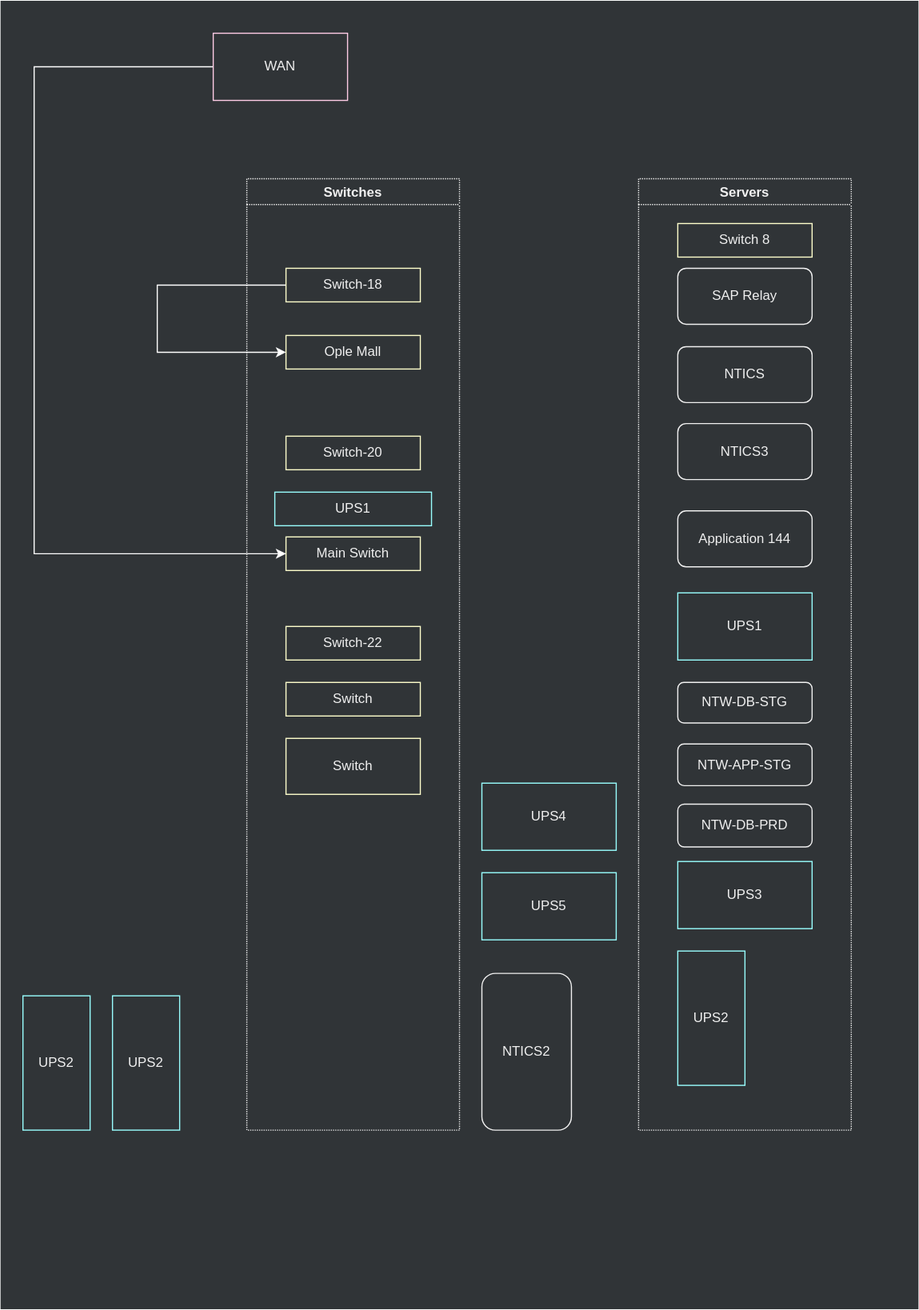
Before: assets/.draw.io/references/cypress-lan-structure-diagram.svg, a diagram exported from draw.io (jiholee-ntwglobal/jiholee-ntwglobal.github.io). Source tidied: cells renumbered, new cells last; positions are measured from the earlier drawing's top-left corner, leaving out a move shared by most shapes.
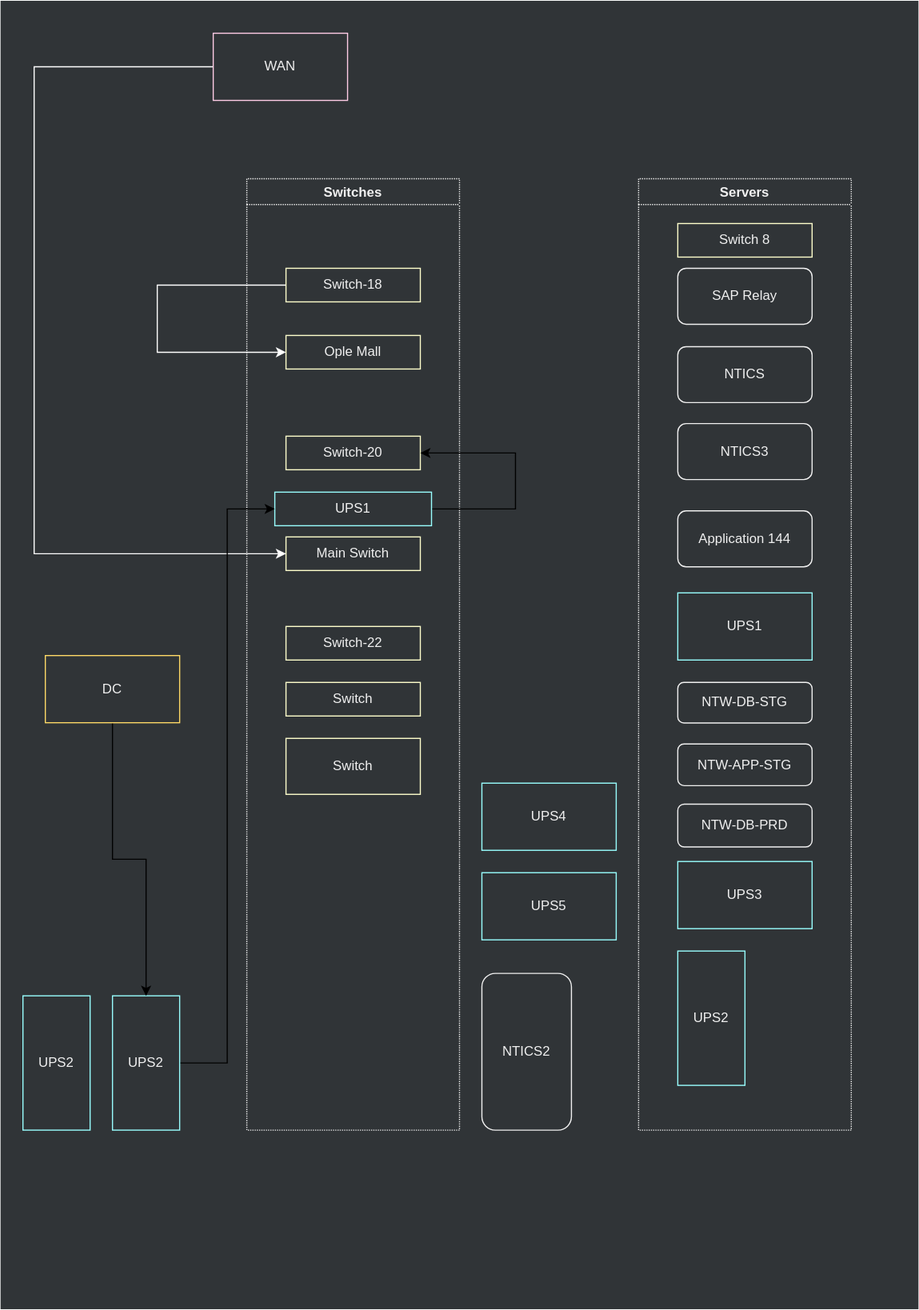
After the commit.

What changed in the source:
```diff
@@ -37,6 +37,14 @@
     <mxCell id="11" value="Switch" style="rounded=0;whiteSpace=wrap;html=1;fillColor=none;fontColor=#F0F0F0;strokeColor=#FFFFCC;" parent="3" vertex="1">
       <mxGeometry x="35" y="500" width="120" height="50" as="geometry" />
     </mxCell>
+    <mxCell id="32" style="edgeStyle=orthogonalEdgeStyle;rounded=0;jettySize=auto;html=1;entryX=1;entryY=0.5;entryDx=0;entryDy=0;" parent="3" edge="1" source="12" target="7">
+      <mxGeometry relative="1" as="geometry">
+        <Array as="points">
+          <mxPoint x="240" y="295" />
+          <mxPoint x="240" y="245" />
+        </Array>
+      </mxGeometry>
+    </mxCell>
     <mxCell id="12" value="UPS1" style="rounded=0;whiteSpace=wrap;html=1;fillColor=none;fontColor=#F0F0F0;strokeColor=#99FFFF;" parent="3" vertex="1">
       <mxGeometry x="25" y="280" width="140" height="30" as="geometry" />
     </mxCell>
@@ -99,8 +107,17 @@
     <mxCell id="30" value="UPS2" style="rounded=0;whiteSpace=wrap;html=1;fillColor=none;fontColor=#F0F0F0;strokeColor=#99FFFF;" parent="1" vertex="1">
       <mxGeometry x="20" y="889" width="60" height="120" as="geometry" />
     </mxCell>
+    <mxCell id="33" style="edgeStyle=orthogonalEdgeStyle;rounded=0;jettySize=auto;html=1;entryX=0;entryY=0.5;entryDx=0;entryDy=0;" parent="1" edge="1" source="31" target="12">
+      <mxGeometry relative="1" as="geometry" />
+    </mxCell>
     <mxCell id="31" value="UPS2" style="rounded=0;whiteSpace=wrap;html=1;fillColor=none;fontColor=#F0F0F0;strokeColor=#99FFFF;" parent="1" vertex="1">
       <mxGeometry x="100" y="889" width="60" height="120" as="geometry" />
     </mxCell>
+    <mxCell id="34" style="edgeStyle=orthogonalEdgeStyle;rounded=0;jettySize=auto;html=1;" parent="1" edge="1" source="35" target="31">
+      <mxGeometry relative="1" as="geometry" />
+    </mxCell>
+    <mxCell id="35" value="DC" style="rounded=0;whiteSpace=wrap;html=1;fillColor=none;fontColor=#F0F0F0;strokeColor=#FFD966;" parent="1" vertex="1">
+      <mxGeometry x="40" y="585" width="120" height="60" as="geometry" />
+    </mxCell>
   </root>
 </mxGraphModel>
```
